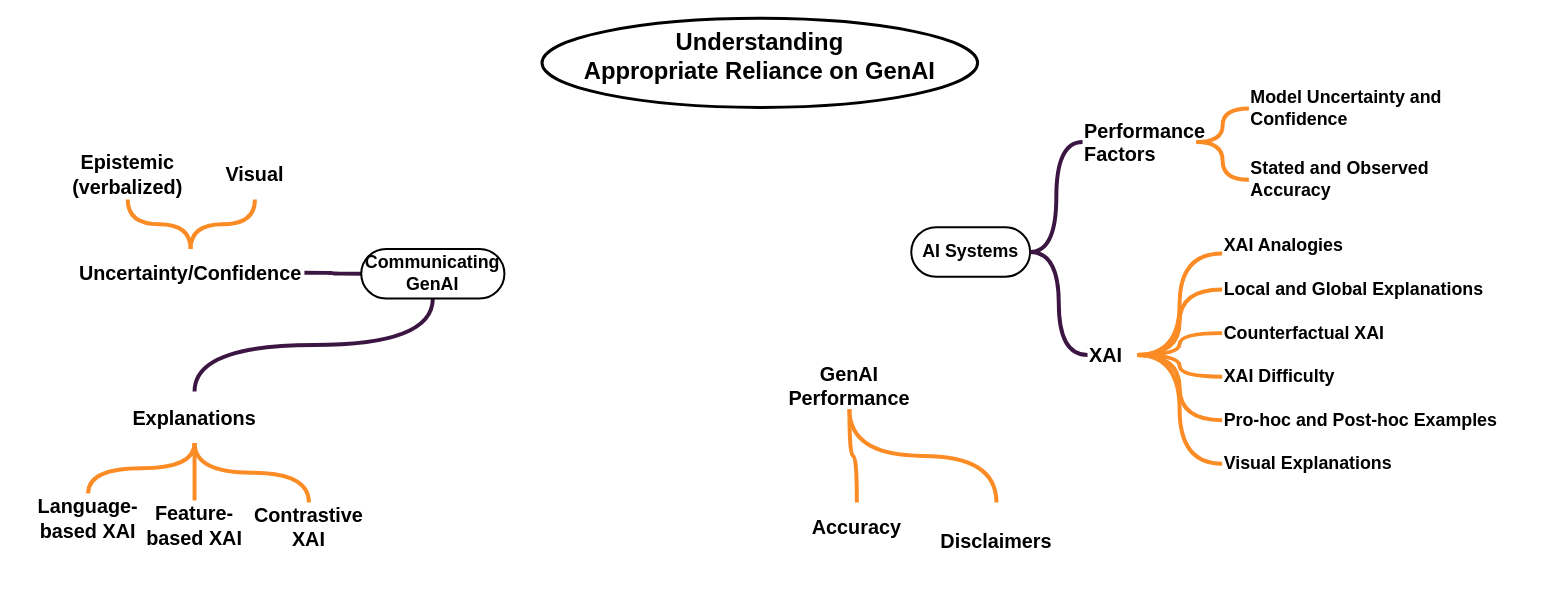
Before: ext/chi27-rev-4.1.drawio in raeeschaudhary/Coursera_Exams, a draw.io diagram. Source tidied: cells renumbered, new cells numbered last; positions are measured from the earlier drawing's top-left corner, leaving out a move shared by most shapes. Both pictures are drawn from the tidied source at 99%, with x=0, y=0 at pixel (17, 18).
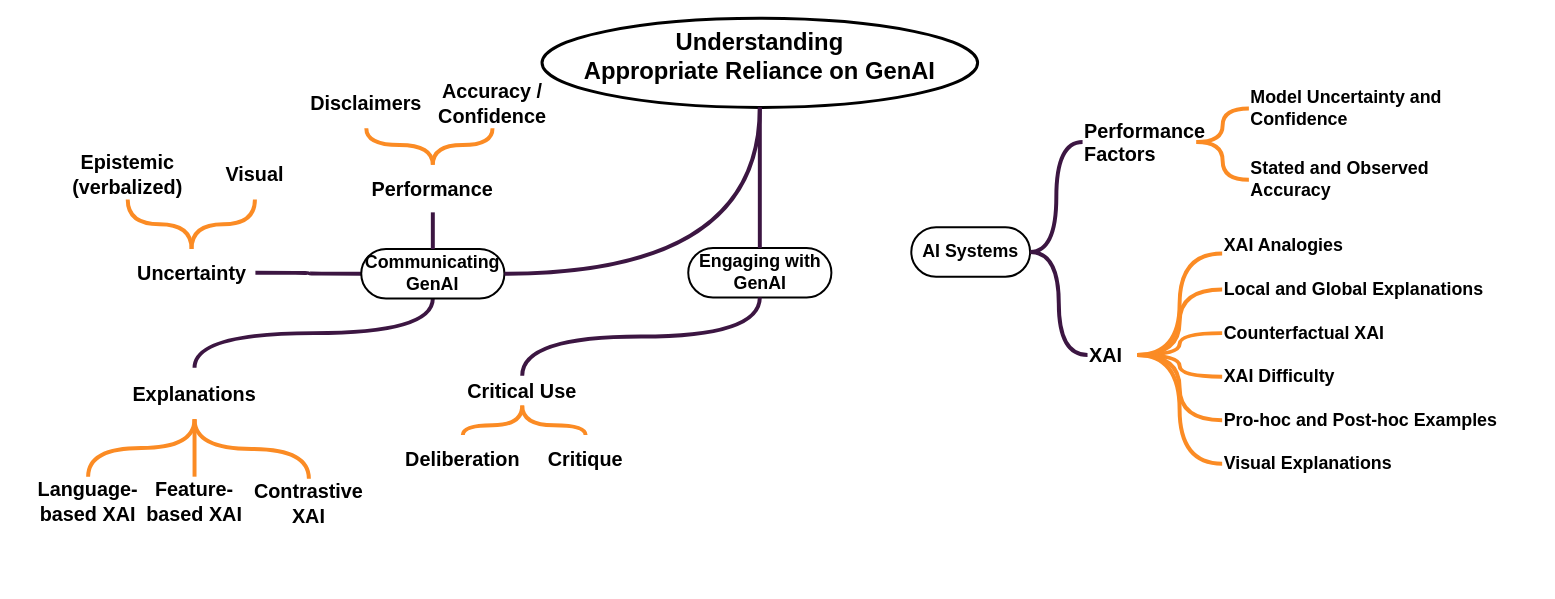
The same diagram, later.

Unchanged cells that the change refers to:
```xml
<mxCell id="2" value="&amp;nbsp;Understanding&amp;nbsp;&lt;div&gt;Appropriate Reliance on GenAI&lt;/div&gt;" style="ellipse;whiteSpace=wrap;html=1;strokeWidth=3;fontFamily=corbel;fontSize=24;fontStyle=1;verticalAlign=top;spacingTop=4;" parent="1" vertex="1">
  <mxGeometry x="530" width="440" height="90" as="geometry" />
</mxCell>
<mxCell id="7" value="Communicating GenAI" style="rounded=1;whiteSpace=wrap;html=1;arcSize=50;strokeWidth=2;fontFamily=corbel;fontSize=18;fontStyle=1;" parent="1" vertex="1">
  <mxGeometry x="347.4" y="233" width="144.6" height="50" as="geometry" />
</mxCell>
```

The edit, as a diff of the source:
```diff
@@
     <mxCell id="29" value="Explanations" style="text;html=1;whiteSpace=wrap;strokeColor=none;fillColor=none;align=center;verticalAlign=middle;rounded=0;fontFamily=corbel;fontStyle=1;fontSize=20;" parent="1" vertex="1">
-      <mxGeometry x="99" y="377" width="160" height="52" as="geometry" />
+      <mxGeometry x="99" y="353" width="160" height="52" as="geometry" />
     </mxCell>
@@
-    <mxCell id="32" style="edgeStyle=orthogonalEdgeStyle;rounded=0;jettySize=auto;html=1;exitX=0.5;exitY=1;exitDx=0;exitDy=0;entryX=0.5;entryY=0;entryDx=0;entryDy=0;strokeWidth=4;curved=1;endArrow=none;endFill=0;strokeColor=#FB8B24;" parent="1" edge="1" source="43" target="37">
-      <mxGeometry relative="1" as="geometry" />
-    </mxCell>
-    <mxCell id="33" style="edgeStyle=orthogonalEdgeStyle;rounded=0;jettySize=auto;html=1;exitX=0.5;exitY=1;exitDx=0;exitDy=0;entryX=0.5;entryY=0;entryDx=0;entryDy=0;strokeWidth=4;curved=1;endArrow=none;endFill=0;strokeColor=#FB8B24;" parent="1" edge="1" source="43" target="38">
-      <mxGeometry relative="1" as="geometry" />
-    </mxCell>
-    <mxCell id="34" value="&lt;span&gt;Uncertainty/Confidence&lt;/span&gt;" style="text;html=1;whiteSpace=wrap;strokeColor=none;fillColor=none;align=center;verticalAlign=middle;rounded=0;fontFamily=corbel;fontStyle=1;fontSize=20;" parent="1" vertex="1">
-      <mxGeometry x="60" y="233" width="230" height="48" as="geometry" />
+    <mxCell id="34" value="&lt;span&gt;Uncertainty&lt;/span&gt;" style="text;html=1;whiteSpace=wrap;strokeColor=none;fillColor=none;align=center;verticalAlign=middle;rounded=0;fontFamily=corbel;fontStyle=1;fontSize=20;" parent="1" vertex="1">
+      <mxGeometry x="111.5" y="233" width="129" height="48" as="geometry" />
     </mxCell>
@@
-    <mxCell id="37" value="&lt;span style=&quot;font-size: 20px;&quot;&gt;Accuracy&lt;/span&gt;" style="text;html=1;whiteSpace=wrap;strokeColor=none;fillColor=none;align=center;verticalAlign=middle;rounded=0;fontFamily=corbel;fontSize=18;fontStyle=1;" parent="1" vertex="1">
-      <mxGeometry x="783" y="489" width="130" height="50" as="geometry" />
-    </mxCell>
-    <mxCell id="38" value="&lt;span style=&quot;font-size: 20px;&quot;&gt;Disclaimers&lt;/span&gt;" style="text;html=1;whiteSpace=wrap;strokeColor=none;fillColor=none;align=center;verticalAlign=middle;rounded=0;fontFamily=corbel;fontSize=18;fontStyle=1;" parent="1" vertex="1">
-      <mxGeometry x="909" y="489" width="160" height="80" as="geometry" />
-    </mxCell>
     <mxCell id="39" value="&lt;span&gt;&lt;span style=&quot;font-size:20px;&quot;&gt;Language-based XAI&lt;/span&gt;&lt;/span&gt;" style="text;html=1;whiteSpace=wrap;strokeColor=none;fillColor=none;align=center;verticalAlign=middle;rounded=0;fontFamily=corbel;fontSize=18;fontStyle=1;" parent="1" vertex="1">
-      <mxGeometry y="480" width="143" height="50" as="geometry" />
+      <mxGeometry y="463" width="143" height="50" as="geometry" />
     </mxCell>
     <mxCell id="40" value="&lt;span style=&quot;font-size: 20px;&quot;&gt;Feature-based XAI&lt;/span&gt;" style="text;html=1;whiteSpace=wrap;strokeColor=none;fillColor=none;align=center;verticalAlign=middle;rounded=0;fontFamily=corbel;fontSize=18;fontStyle=1;" parent="1" vertex="1">
-      <mxGeometry x="118" y="487" width="122" height="50" as="geometry" />
+      <mxGeometry x="118" y="463" width="122" height="50" as="geometry" />
     </mxCell>
     <mxCell id="41" value="&lt;span style=&quot;font-size: 20px;&quot;&gt;Contrastive XAI&lt;/span&gt;" style="text;html=1;whiteSpace=wrap;strokeColor=none;fillColor=none;align=center;verticalAlign=middle;rounded=0;fontFamily=corbel;fontSize=18;fontStyle=1;" parent="1" vertex="1">
-      <mxGeometry x="230" y="489" width="129" height="50" as="geometry" />
+      <mxGeometry x="230" y="465" width="129" height="50" as="geometry" />
     </mxCell>
@@
-    <mxCell id="43" value="&lt;span&gt;GenAI Performance&lt;/span&gt;" style="text;html=1;whiteSpace=wrap;strokeColor=none;fillColor=none;align=center;verticalAlign=middle;rounded=0;fontFamily=corbel;fontStyle=1;fontSize=20;" parent="1" vertex="1">
-      <mxGeometry x="783" y="347" width="115" height="48" as="geometry" />
-    </mxCell>
+    <mxCell id="44" value="&lt;span&gt;Performance&lt;/span&gt;" style="text;html=1;whiteSpace=wrap;strokeColor=none;fillColor=none;align=center;verticalAlign=middle;rounded=0;fontFamily=corbel;fontStyle=1;fontSize=20;" parent="1" vertex="1">
+      <mxGeometry x="352" y="148" width="135.3" height="48" as="geometry" />
+    </mxCell>
+    <mxCell id="45" style="edgeStyle=orthogonalEdgeStyle;rounded=0;jettySize=auto;html=1;exitX=0.5;exitY=0;exitDx=0;exitDy=0;strokeWidth=4;curved=1;endArrow=none;endFill=0;strokeColor=#3C1642;" parent="1" edge="1" source="7" target="44">
+      <mxGeometry relative="1" as="geometry" />
+    </mxCell>
+    <mxCell id="46" style="edgeStyle=orthogonalEdgeStyle;rounded=0;jettySize=auto;html=1;exitX=0.5;exitY=0;exitDx=0;exitDy=0;entryX=0.5;entryY=1;entryDx=0;entryDy=0;strokeWidth=4;curved=1;endArrow=none;endFill=0;strokeColor=#FB8B24;" parent="1" edge="1" source="44" target="38">
+      <mxGeometry relative="1" as="geometry" />
+    </mxCell>
+    <mxCell id="47" style="edgeStyle=orthogonalEdgeStyle;rounded=0;jettySize=auto;html=1;strokeWidth=4;curved=1;endArrow=none;endFill=0;strokeColor=#FB8B24;" parent="1" edge="1" source="44" target="48">
+      <mxGeometry relative="1" as="geometry" />
+    </mxCell>
+    <mxCell id="38" value="&lt;span style=&quot;font-size: 20px;&quot;&gt;Disclaimers&lt;/span&gt;" style="text;html=1;whiteSpace=wrap;strokeColor=none;fillColor=none;align=center;verticalAlign=middle;rounded=0;fontFamily=corbel;fontSize=18;fontStyle=1;" parent="1" vertex="1">
+      <mxGeometry x="281" y="61" width="143" height="50" as="geometry" />
+    </mxCell>
+    <mxCell id="48" value="&lt;span style=&quot;font-size: 20px;&quot;&gt;Accuracy / Confidence&lt;/span&gt;" style="text;html=1;whiteSpace=wrap;strokeColor=none;fillColor=none;align=center;verticalAlign=middle;rounded=0;fontFamily=corbel;fontSize=18;fontStyle=1;" parent="1" vertex="1">
+      <mxGeometry x="420" y="61" width="120" height="50" as="geometry" />
+    </mxCell>
+    <mxCell id="49" style="edgeStyle=orthogonalEdgeStyle;rounded=0;jettySize=auto;html=1;exitX=0.5;exitY=1;exitDx=0;exitDy=0;entryX=1;entryY=0.5;entryDx=0;entryDy=0;endArrow=none;endFill=0;curved=1;endSize=6;strokeWidth=4;strokeColor=#3C1642;" parent="1" edge="1" source="2" target="7">
+      <mxGeometry relative="1" as="geometry" />
+    </mxCell>
+    <mxCell id="50" value="Engaging with GenAI" style="rounded=1;whiteSpace=wrap;html=1;arcSize=50;strokeWidth=2;fontFamily=corbel;fontSize=18;fontStyle=1;" parent="1" vertex="1">
+      <mxGeometry x="677.7" y="232" width="144.6" height="50" as="geometry" />
+    </mxCell>
+    <mxCell id="51" style="edgeStyle=orthogonalEdgeStyle;rounded=0;jettySize=auto;html=1;exitX=0.5;exitY=1;exitDx=0;exitDy=0;entryX=0.5;entryY=0;entryDx=0;entryDy=0;endArrow=none;endFill=0;curved=1;endSize=6;strokeWidth=4;strokeColor=#3C1642;" parent="1" edge="1" source="2" target="50">
+      <mxGeometry relative="1" as="geometry" />
+    </mxCell>
+    <mxCell id="52" style="edgeStyle=orthogonalEdgeStyle;rounded=0;jettySize=auto;html=1;exitX=0.5;exitY=1;exitDx=0;exitDy=0;entryX=0.5;entryY=0;entryDx=0;entryDy=0;endArrow=none;endFill=0;curved=1;endSize=6;strokeWidth=4;strokeColor=#3C1642;" parent="1" edge="1" source="50" target="53">
+      <mxGeometry relative="1" as="geometry" />
+    </mxCell>
+    <mxCell id="53" value="Critical Use" style="text;html=1;whiteSpace=wrap;strokeColor=none;fillColor=none;align=center;verticalAlign=middle;rounded=0;fontFamily=corbel;fontStyle=1;fontSize=20;" parent="1" vertex="1">
+      <mxGeometry x="430" y="361" width="160" height="30" as="geometry" />
+    </mxCell>
+    <mxCell id="54" value="&lt;span style=&quot;font-size: 20px;&quot;&gt;Deliberation&lt;/span&gt;" style="text;html=1;whiteSpace=wrap;strokeColor=none;fillColor=none;align=center;verticalAlign=middle;rounded=0;fontFamily=corbel;fontSize=18;fontStyle=1;" parent="1" vertex="1">
+      <mxGeometry x="390" y="421" width="120" height="50" as="geometry" />
+    </mxCell>
+    <mxCell id="55" value="&lt;span style=&quot;font-size: 20px;&quot;&gt;Critique&lt;/span&gt;" style="text;html=1;whiteSpace=wrap;strokeColor=none;fillColor=none;align=center;verticalAlign=middle;rounded=0;fontFamily=corbel;fontSize=18;fontStyle=1;" parent="1" vertex="1">
+      <mxGeometry x="520" y="421" width="108" height="50" as="geometry" />
+    </mxCell>
+    <mxCell id="56" style="edgeStyle=orthogonalEdgeStyle;rounded=0;jettySize=auto;html=1;entryX=0.5;entryY=0;entryDx=0;entryDy=0;strokeWidth=4;curved=1;endArrow=none;endFill=0;strokeColor=#FB8B24;" parent="1" edge="1" source="53" target="55">
+      <mxGeometry relative="1" as="geometry" />
+    </mxCell>
+    <mxCell id="57" style="edgeStyle=orthogonalEdgeStyle;rounded=0;jettySize=auto;html=1;strokeWidth=4;curved=1;endArrow=none;endFill=0;strokeColor=#FB8B24;exitX=0.5;exitY=1;exitDx=0;exitDy=0;" parent="1" edge="1" source="53" target="54">
+      <mxGeometry relative="1" as="geometry" />
+    </mxCell>
```
